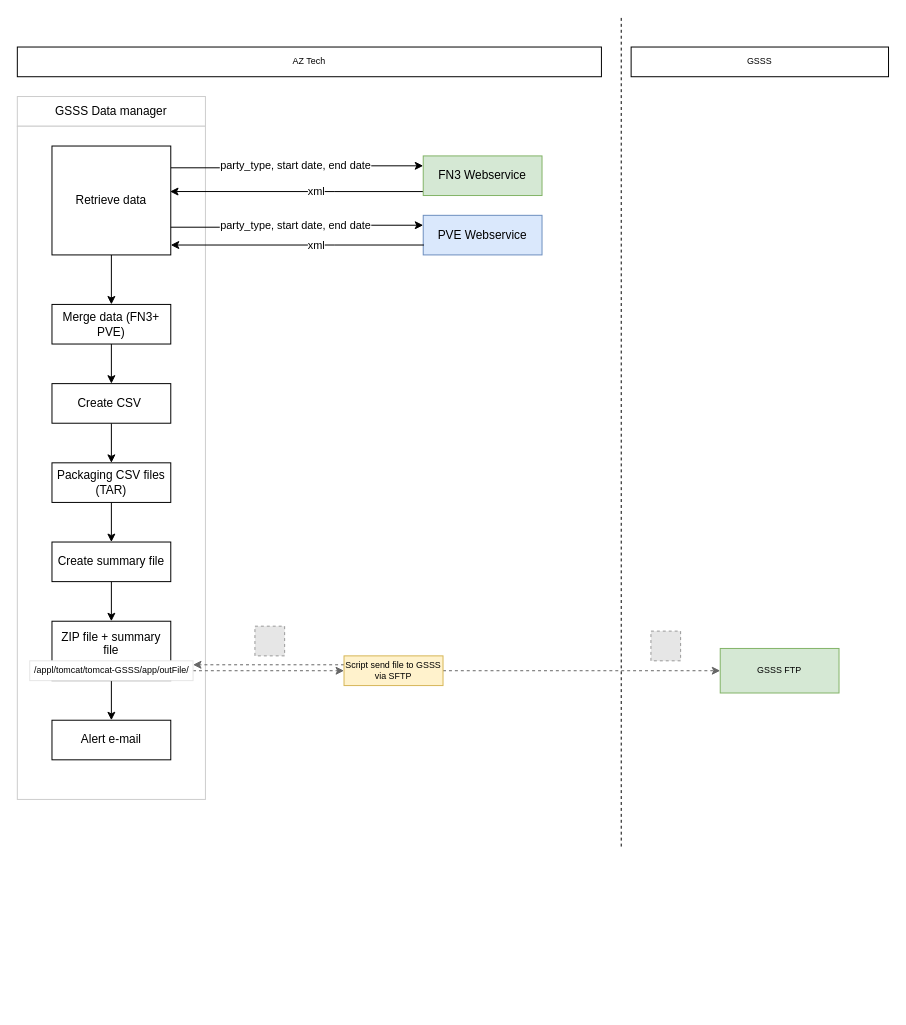
This is GSSS - KT.drawio from phatcharalaw/my-doc, a draw.io file, before an edit. Source tidied: cells renumbered, new cells numbered last; positions are measured from the earlier drawing's top-left corner, leaving out a move shared by most shapes. Both pictures are drawn from the tidied source at 99%, with x=0, y=0 at pixel (17, 17). Pictures stored in the file or linked from it are replaced by grey dashed boxes.
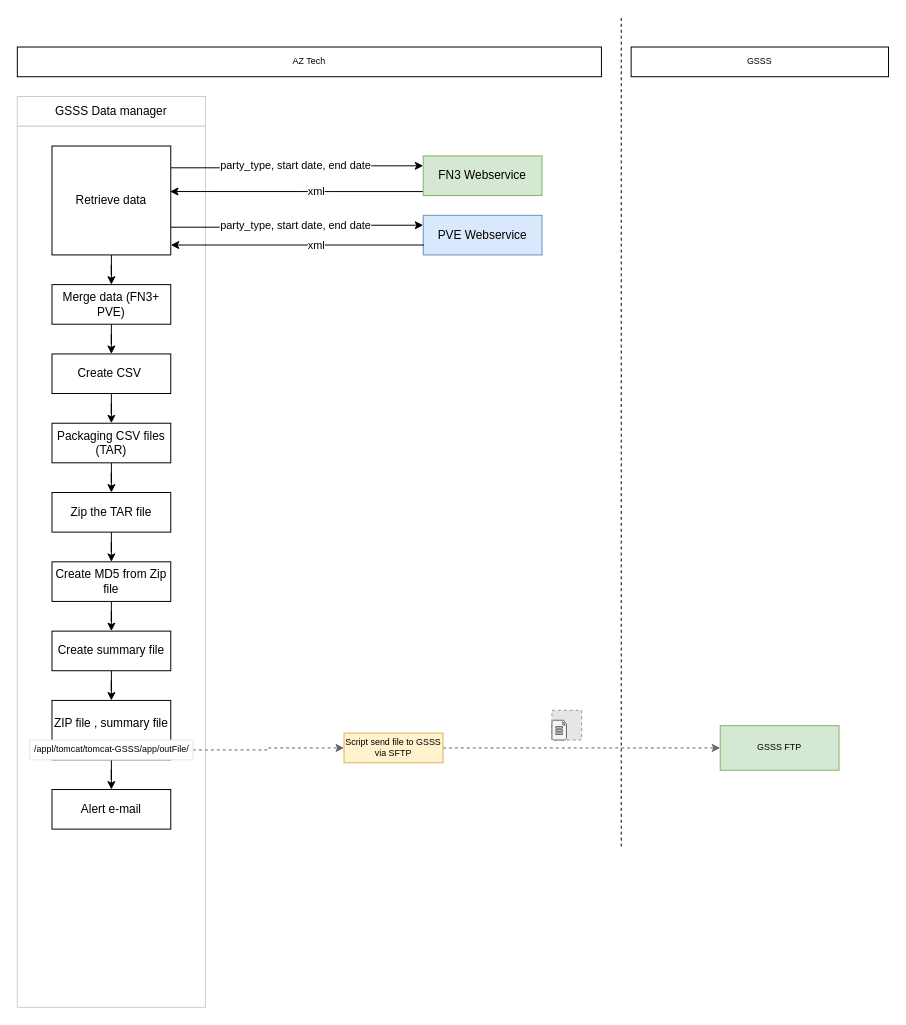
After the change.

Change to the diagram source:
```diff
@@
     <mxCell id="3" style="rounded=0;whiteSpace=wrap;html=1;strokeColor=#CCCCCC;" parent="1" vertex="1">
-      <mxGeometry y="110" width="190" height="680" as="geometry" />
+      <mxGeometry y="110" width="190" height="890" as="geometry" />
     </mxCell>
@@
     <mxCell id="17" value="Merge data (FN3+ PVE)" style="rounded=0;whiteSpace=wrap;html=1;" parent="1" vertex="1">
-      <mxGeometry x="35" y="290" width="120" height="40" as="geometry" />
+      <mxGeometry x="35" y="270" width="120" height="40" as="geometry" />
     </mxCell>
@@
     <mxCell id="19" value="Create CSV&amp;nbsp;" style="rounded=0;whiteSpace=wrap;html=1;" parent="1" vertex="1">
-      <mxGeometry x="35" y="370" width="120" height="40" as="geometry" />
+      <mxGeometry x="35" y="340" width="120" height="40" as="geometry" />
     </mxCell>
-    <mxCell id="20" style="edgeStyle=orthogonalEdgeStyle;rounded=0;jettySize=auto;html=1;entryX=0.5;entryY=0;entryDx=0;entryDy=0;endArrow=classic;endFill=1;" parent="1" edge="1" source="21" target="23">
-      <mxGeometry relative="1" as="geometry" />
-    </mxCell>
+    <mxCell id="38" style="edgeStyle=orthogonalEdgeStyle;rounded=0;jettySize=auto;html=1;entryX=0.5;entryY=0;entryDx=0;entryDy=0;" parent="1" edge="1" source="21" target="43">
+      <mxGeometry relative="1" as="geometry" />
+    </mxCell>
     <mxCell id="21" value="Packaging CSV files (TAR)" style="rounded=0;whiteSpace=wrap;html=1;" parent="1" vertex="1">
-      <mxGeometry x="35" y="450" width="120" height="40" as="geometry" />
+      <mxGeometry x="35" y="410" width="120" height="40" as="geometry" />
     </mxCell>
@@
     <mxCell id="23" value="Create summary file" style="rounded=0;whiteSpace=wrap;html=1;" parent="1" vertex="1">
-      <mxGeometry x="35" y="530" width="120" height="40" as="geometry" />
+      <mxGeometry x="35" y="620" width="120" height="40" as="geometry" />
     </mxCell>
@@
-    <mxCell id="25" value="ZIP file + summary file&lt;br&gt;&amp;nbsp;" style="rounded=0;whiteSpace=wrap;html=1;align=center;" parent="1" vertex="1">
-      <mxGeometry x="35" y="610" width="120" height="60" as="geometry" />
+    <mxCell id="25" value="ZIP file , summary file&lt;br&gt;&amp;nbsp;" style="rounded=0;whiteSpace=wrap;html=1;align=center;" parent="1" vertex="1">
+      <mxGeometry x="35" y="690" width="120" height="60" as="geometry" />
     </mxCell>
     <mxCell id="26" value="Alert e-mail" style="rounded=0;whiteSpace=wrap;html=1;align=center;" parent="1" vertex="1">
-      <mxGeometry x="35" y="710" width="120" height="40" as="geometry" />
+      <mxGeometry x="35" y="780" width="120" height="40" as="geometry" />
     </mxCell>
-    <mxCell id="27" style="edgeStyle=orthogonalEdgeStyle;rounded=0;jettySize=auto;html=1;dashed=1;endArrow=classic;endFill=1;strokeColor=#666666;fontSize=9;" parent="1" edge="1" source="28">
-      <mxGeometry relative="1" as="geometry">
-        <mxPoint x="330" y="660" as="targetPoint" />
-      </mxGeometry>
+    <mxCell id="27" style="edgeStyle=orthogonalEdgeStyle;rounded=0;jettySize=auto;html=1;dashed=1;endArrow=classic;endFill=1;strokeColor=#666666;fontSize=9;entryX=0;entryY=0.5;entryDx=0;entryDy=0;" parent="1" edge="1" source="28" target="31">
+      <mxGeometry relative="1" as="geometry" />
     </mxCell>
     <mxCell id="28" value="/appl/tomcat/tomcat-GSSS/app/outFile/" style="rounded=0;whiteSpace=wrap;html=1;align=center;strokeColor=#E6E6E6;fontSize=9;" parent="1" vertex="1">
-      <mxGeometry x="12.5" y="650" width="165" height="20" as="geometry" />
+      <mxGeometry x="12.5" y="730" width="165" height="20" as="geometry" />
     </mxCell>
-    <mxCell id="29" style="edgeStyle=orthogonalEdgeStyle;rounded=0;orthogonalLoop=1;jettySize=auto;html=1;endArrow=classic;endFill=1;fontSize=9;dashed=1;strokeColor=#666666;" parent="1" edge="1">
-      <mxGeometry relative="1" as="geometry">
-        <mxPoint x="330" y="654" as="sourcePoint" />
-        <mxPoint x="177.5" y="654" as="targetPoint" />
-      </mxGeometry>
-    </mxCell>
@@
     <mxCell id="31" value="Script send file to GSSS via SFTP" style="rounded=0;whiteSpace=wrap;html=1;strokeColor=#d6b656;fillColor=#fff2cc;fontSize=9;align=center;" parent="1" vertex="1">
-      <mxGeometry x="330" y="645" width="100" height="30" as="geometry" />
+      <mxGeometry x="330" y="723" width="100" height="30" as="geometry" />
     </mxCell>
     <mxCell id="32" value="GSSS FTP" style="rounded=0;whiteSpace=wrap;html=1;strokeColor=#82b366;fillColor=#d5e8d4;fontSize=9;align=center;" parent="1" vertex="1">
-      <mxGeometry x="710" y="637.5" width="120" height="45" as="geometry" />
+      <mxGeometry x="710" y="715.5" width="120" height="45" as="geometry" />
     </mxCell>
@@
-    <mxCell id="34" style="fillColor=#E6E6E6;strokeColor=#999999;dashed=1;html=1;verticalAlign=top;verticalLabelPosition=bottom;labelBackgroundColor=#ffffff;fontSize=9;align=center;" parent="1" vertex="1">
-      <mxGeometry x="640" y="620" width="30" height="30" as="geometry" />
-    </mxCell>
     <mxCell id="35" style="fillColor=#E6E6E6;strokeColor=#999999;dashed=1;html=1;verticalAlign=top;verticalLabelPosition=bottom;labelBackgroundColor=#ffffff;fontSize=9;align=center;" parent="1" vertex="1">
-      <mxGeometry x="240" y="615" width="30" height="30" as="geometry" />
+      <mxGeometry x="540" y="700" width="30" height="30" as="geometry" />
     </mxCell>
@@
+    <mxCell id="39" style="edgeStyle=orthogonalEdgeStyle;rounded=0;jettySize=auto;html=1;entryX=0.5;entryY=0;entryDx=0;entryDy=0;" parent="1" edge="1" source="40" target="23">
+      <mxGeometry relative="1" as="geometry" />
+    </mxCell>
+    <mxCell id="40" value="Create MD5 from Zip file" style="rounded=0;whiteSpace=wrap;html=1;" parent="1" vertex="1">
+      <mxGeometry x="35" y="550" width="120" height="40" as="geometry" />
+    </mxCell>
+    <mxCell id="41" style="verticalLabelPosition=bottom;html=1;verticalAlign=top;align=center;strokeColor=#666666;fillColor=#f5f5f5;shape=mxgraph.azure.file_2;fontColor=#333333;" parent="1" vertex="1">
+      <mxGeometry x="540" y="710" width="14.7" height="20" as="geometry" />
+    </mxCell>
+    <mxCell id="42" style="edgeStyle=orthogonalEdgeStyle;rounded=0;jettySize=auto;html=1;entryX=0.5;entryY=0;entryDx=0;entryDy=0;" parent="1" edge="1" source="43" target="40">
+      <mxGeometry relative="1" as="geometry" />
+    </mxCell>
+    <mxCell id="43" value="Zip the TAR file" style="rounded=0;whiteSpace=wrap;html=1;" parent="1" vertex="1">
+      <mxGeometry x="35" y="480" width="120" height="40" as="geometry" />
+    </mxCell>
```
